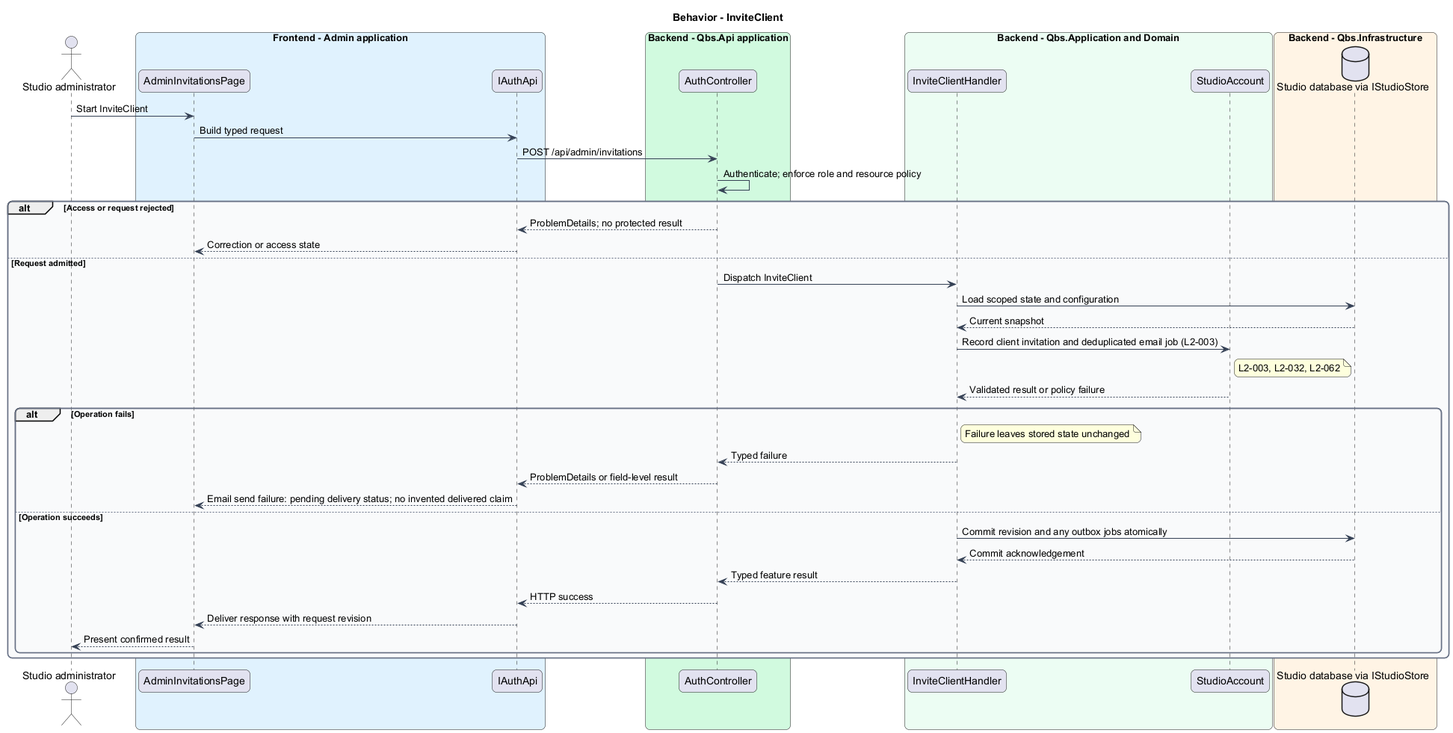
Above: docs/detailed-designs/client-access/invite-and-authenticate-users/diagrams/sequence-invite-client.png in QuinntyneBrown/quinntyne-brown-studio (PlantUML), before the change. Its diagram source:
```plantuml
@startuml
skinparam backgroundColor #FFFFFF
skinparam shadowing false
skinparam roundcorner 12
skinparam defaultFontName Arial
skinparam ArrowColor #344054
skinparam rectangle {
  BorderColor #344054
  FontColor #101828
}
skinparam package {
  BorderColor #667085
  FontColor #101828
  BackgroundColor #F9FAFB
}
title Behavior - InviteClient
actor "Studio administrator" as actor
box "Frontend - Admin application" #E0F2FE
 participant "AdminInvitationsPage" as page
 participant "IAuthApi" as client
end box
box "Backend - Qbs.Api application" #D1FADF
 participant "AuthController" as controller
end box
box "Backend - Qbs.Application and Domain" #ECFDF3
 participant "InviteClientHandler" as handler
 participant "StudioAccount" as entity
end box
box "Backend - Qbs.Infrastructure" #FFF4E5
 database "Studio database via IStudioStore" as db
end box
actor -> page : Start InviteClient
page -> client : Build typed request
client -> controller : POST /api/admin/invitations
controller -> controller : Authenticate; enforce role and resource policy
alt Access or request rejected
controller --> client : ProblemDetails; no protected result
client --> page : Correction or access state
else Request admitted
controller -> handler : Dispatch InviteClient
handler -> db : Load scoped state and configuration
db --> handler : Current snapshot
handler -> entity : Record client invitation and deduplicated email job (L2-003)
note right of entity
L2-003, L2-032, L2-062
end note
entity --> handler : Validated result or policy failure
alt Operation fails
note right of handler : Failure leaves stored state unchanged
handler --> controller : Typed failure
controller --> client : ProblemDetails or field-level result
client --> page : Email send failure: pending delivery status; no invented delivered claim
else Operation succeeds
handler -> db : Commit revision and any outbox jobs atomically
db --> handler : Commit acknowledgement
handler --> controller : Typed feature result
controller --> client : HTTP success
client --> page : Deliver response with request revision
page --> actor : Present confirmed result
end
end
@enduml
```
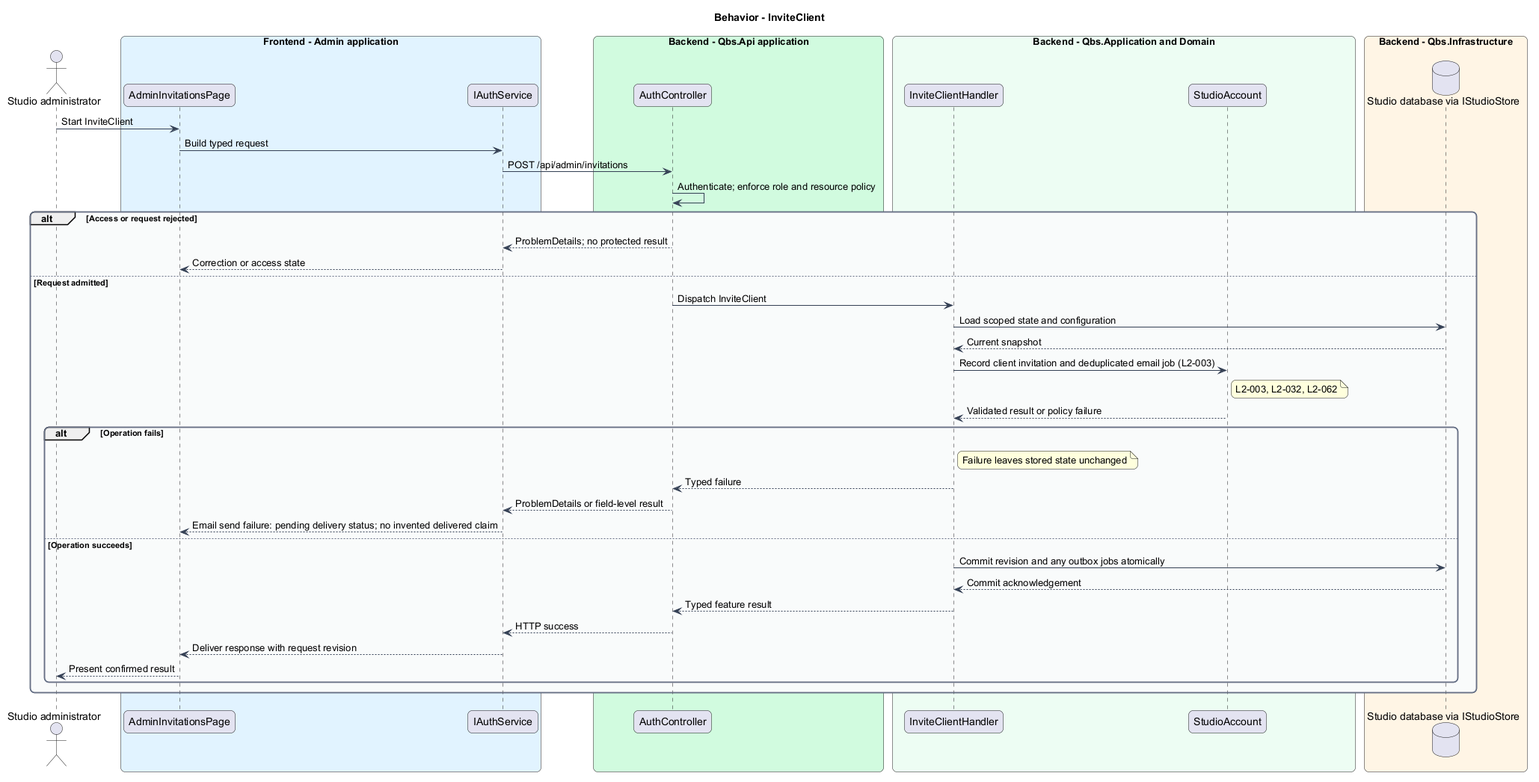
The same file after the commit.

The edit, as a diff of the source:
```diff
@@ -17,7 +17,7 @@
 actor "Studio administrator" as actor
 box "Frontend - Admin application" #E0F2FE
  participant "AdminInvitationsPage" as page
- participant "IAuthApi" as client
+ participant "IAuthService" as client
 end box
 box "Backend - Qbs.Api application" #D1FADF
  participant "AuthController" as controller
```
